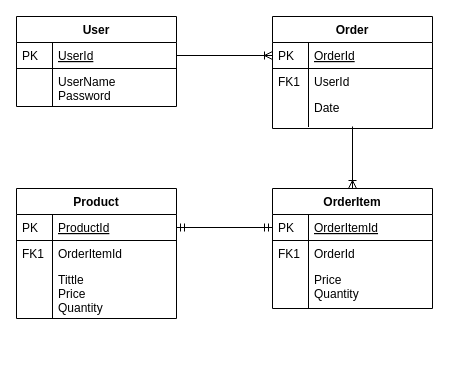
Above: database/icecream.drawio in DevLucasOliveira/icecream-point (draw.io), before the change. Source tidied: cells renumbered, new cells numbered last; positions are measured from the earlier drawing's top-left corner, leaving out a move shared by most shapes. Both pictures are drawn from the tidied source at 100%, with x=0, y=0 at pixel (16, 16).
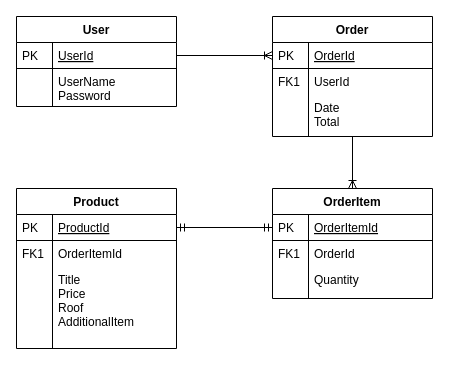
Above is the later version.

Unchanged cells that the change refers to:
```xml
<mxCell id="3" value="OrderId" style="shape=partialRectangle;top=0;left=0;right=0;bottom=1;align=left;verticalAlign=top;fillColor=none;spacingLeft=40;spacingRight=4;overflow=hidden;points=[[0,0.5],[1,0.5]];portConstraint=eastwest;rounded=0;shadow=0;strokeWidth=1;fontStyle=4;" parent="2" vertex="1">
  <mxGeometry y="26" width="160" height="26" as="geometry" />
</mxCell>
<mxCell id="11" value="UserId" style="shape=partialRectangle;top=0;left=0;right=0;bottom=1;align=left;verticalAlign=top;fillColor=none;spacingLeft=40;spacingRight=4;overflow=hidden;points=[[0,0.5],[1,0.5]];portConstraint=eastwest;rounded=0;shadow=0;strokeWidth=1;fontStyle=4;" parent="10" vertex="1">
  <mxGeometry y="26" width="160" height="26" as="geometry" />
</mxCell>
<mxCell id="18" value="OrderItemId" style="shape=partialRectangle;top=0;left=0;right=0;bottom=1;align=left;verticalAlign=top;fillColor=none;spacingLeft=40;spacingRight=4;overflow=hidden;points=[[0,0.5],[1,0.5]];portConstraint=eastwest;rounded=0;shadow=0;strokeWidth=1;fontStyle=4;" parent="17" vertex="1">
  <mxGeometry y="26" width="160" height="26" as="geometry" />
</mxCell>
<mxCell id="25" value="ProductId" style="shape=partialRectangle;top=0;left=0;right=0;bottom=1;align=left;verticalAlign=top;fillColor=none;spacingLeft=40;spacingRight=4;overflow=hidden;points=[[0,0.5],[1,0.5]];portConstraint=eastwest;rounded=0;shadow=0;strokeWidth=1;fontStyle=4;" parent="24" vertex="1">
  <mxGeometry y="26" width="160" height="26" as="geometry" />
</mxCell>
```

The edit, as a diff of the source:
```diff
@@
+    <mxCell id="9" style="fontSize=12;html=1;endArrow=ERoneToMany;exitX=1;exitY=0.5;exitDx=0;exitDy=0;" parent="1" edge="1" source="11" target="3">
+      <mxGeometry relative="1" as="geometry" />
+    </mxCell>
+    <mxCell id="15" style="fontSize=12;html=1;endArrow=ERoneToMany;entryX=0.5;entryY=0;entryDx=0;entryDy=0;" parent="1" edge="1" source="7" target="17">
+      <mxGeometry relative="1" as="geometry" />
+    </mxCell>
+    <mxCell id="16" style="fontSize=12;html=1;endArrow=ERmandOne;startArrow=ERmandOne;exitX=1;exitY=0.5;exitDx=0;exitDy=0;entryX=0;entryY=0.5;entryDx=0;entryDy=0;" parent="1" edge="1" source="25" target="18">
+      <mxGeometry relative="1" as="geometry" />
+    </mxCell>
     <mxCell id="2" value="Order" style="swimlane;fontStyle=1;horizontal=1;startSize=26;rounded=0;shadow=0;strokeWidth=1;" parent="1" vertex="1">
-      <mxGeometry x="256" width="160" height="112" as="geometry" />
+      <mxGeometry x="256" width="160" height="120" as="geometry" />
     </mxCell>
@@
-    <mxCell id="7" value="Date&#10;&#10;" style="shape=partialRectangle;top=0;left=0;right=0;bottom=0;align=left;verticalAlign=top;fillColor=none;spacingLeft=40;spacingRight=4;overflow=hidden;points=[[0,0.5],[1,0.5]];portConstraint=eastwest;rounded=0;shadow=0;strokeWidth=1;" parent="2" vertex="1">
-      <mxGeometry y="78" width="160" height="32" as="geometry" />
+    <mxCell id="7" value="Date&#10;Total&#10;" style="shape=partialRectangle;top=0;left=0;right=0;bottom=0;align=left;verticalAlign=top;fillColor=none;spacingLeft=40;spacingRight=4;overflow=hidden;points=[[0,0.5],[1,0.5]];portConstraint=eastwest;rounded=0;shadow=0;strokeWidth=1;" parent="2" vertex="1">
+      <mxGeometry y="78" width="160" height="42" as="geometry" />
     </mxCell>
     <mxCell id="8" style="shape=partialRectangle;top=0;left=0;bottom=0;fillColor=none;align=left;verticalAlign=top;spacingLeft=4;spacingRight=4;overflow=hidden;" parent="7" vertex="1">
-      <mxGeometry width="36" height="32" as="geometry" />
+      <mxGeometry width="36" height="42" as="geometry" />
     </mxCell>
-    <mxCell id="9" style="fontSize=12;html=1;endArrow=ERoneToMany;exitX=1;exitY=0.5;exitDx=0;exitDy=0;" parent="1" edge="1" source="11" target="3">
-      <mxGeometry relative="1" as="geometry" />
-    </mxCell>
@@
-    <mxCell id="15" style="fontSize=12;html=1;endArrow=ERoneToMany;entryX=0.5;entryY=0;entryDx=0;entryDy=0;" parent="1" edge="1" source="7" target="17">
-      <mxGeometry relative="1" as="geometry" />
-    </mxCell>
-    <mxCell id="16" style="fontSize=12;html=1;endArrow=ERmandOne;startArrow=ERmandOne;exitX=1;exitY=0.5;exitDx=0;exitDy=0;entryX=0;entryY=0.5;entryDx=0;entryDy=0;" parent="1" edge="1" source="25" target="18">
-      <mxGeometry relative="1" as="geometry" />
-    </mxCell>
     <mxCell id="17" value="OrderItem" style="swimlane;fontStyle=1;horizontal=1;startSize=26;rounded=0;shadow=0;strokeWidth=1;" parent="1" vertex="1">
-      <mxGeometry x="256" y="172" width="160" height="120" as="geometry" />
+      <mxGeometry x="256" y="172" width="160" height="110" as="geometry" />
     </mxCell>
@@
-    <mxCell id="22" value="Price&#10;Quantity" style="shape=partialRectangle;top=0;left=0;right=0;bottom=0;align=left;verticalAlign=top;fillColor=none;spacingLeft=40;spacingRight=4;overflow=hidden;rounded=0;shadow=0;strokeWidth=1;" parent="17" vertex="1">
-      <mxGeometry y="78" width="160" height="42" as="geometry" />
+    <mxCell id="22" value="Quantity" style="shape=partialRectangle;top=0;left=0;right=0;bottom=0;align=left;verticalAlign=top;fillColor=none;spacingLeft=40;spacingRight=4;overflow=hidden;rounded=0;shadow=0;strokeWidth=1;" parent="17" vertex="1">
+      <mxGeometry y="78" width="160" height="32" as="geometry" />
     </mxCell>
     <mxCell id="23" style="shape=partialRectangle;top=0;left=0;bottom=0;fillColor=none;align=left;verticalAlign=top;spacingLeft=4;spacingRight=4;overflow=hidden;" parent="22" vertex="1">
-      <mxGeometry width="36" height="42" as="geometry" />
+      <mxGeometry width="36" height="32" as="geometry" />
     </mxCell>
     <mxCell id="24" value="Product" style="swimlane;fontStyle=1;horizontal=1;startSize=26;rounded=0;shadow=0;strokeWidth=1;" parent="1" vertex="1">
-      <mxGeometry y="172" width="160" height="130" as="geometry" />
+      <mxGeometry y="172" width="160" height="160" as="geometry" />
     </mxCell>
@@
-    <mxCell id="29" value="Tittle&#10;Price&#10;Quantity" style="shape=partialRectangle;top=0;left=0;right=0;bottom=0;align=left;verticalAlign=top;fillColor=none;spacingLeft=40;spacingRight=4;overflow=hidden;rounded=0;shadow=0;strokeWidth=1;" parent="24" vertex="1">
-      <mxGeometry y="78" width="160" height="52" as="geometry" />
+    <mxCell id="29" value="Title&#10;Price&#10;Roof&#10;AdditionalItem" style="shape=partialRectangle;top=0;left=0;right=0;bottom=0;align=left;verticalAlign=top;fillColor=none;spacingLeft=40;spacingRight=4;overflow=hidden;rounded=0;shadow=0;strokeWidth=1;" parent="24" vertex="1">
+      <mxGeometry y="78" width="160" height="82" as="geometry" />
     </mxCell>
     <mxCell id="30" style="shape=partialRectangle;top=0;left=0;bottom=0;fillColor=none;align=left;verticalAlign=top;spacingLeft=4;spacingRight=4;overflow=hidden;" parent="29" vertex="1">
-      <mxGeometry width="36" height="52" as="geometry" />
+      <mxGeometry width="36" height="82" as="geometry" />
     </mxCell>
```
